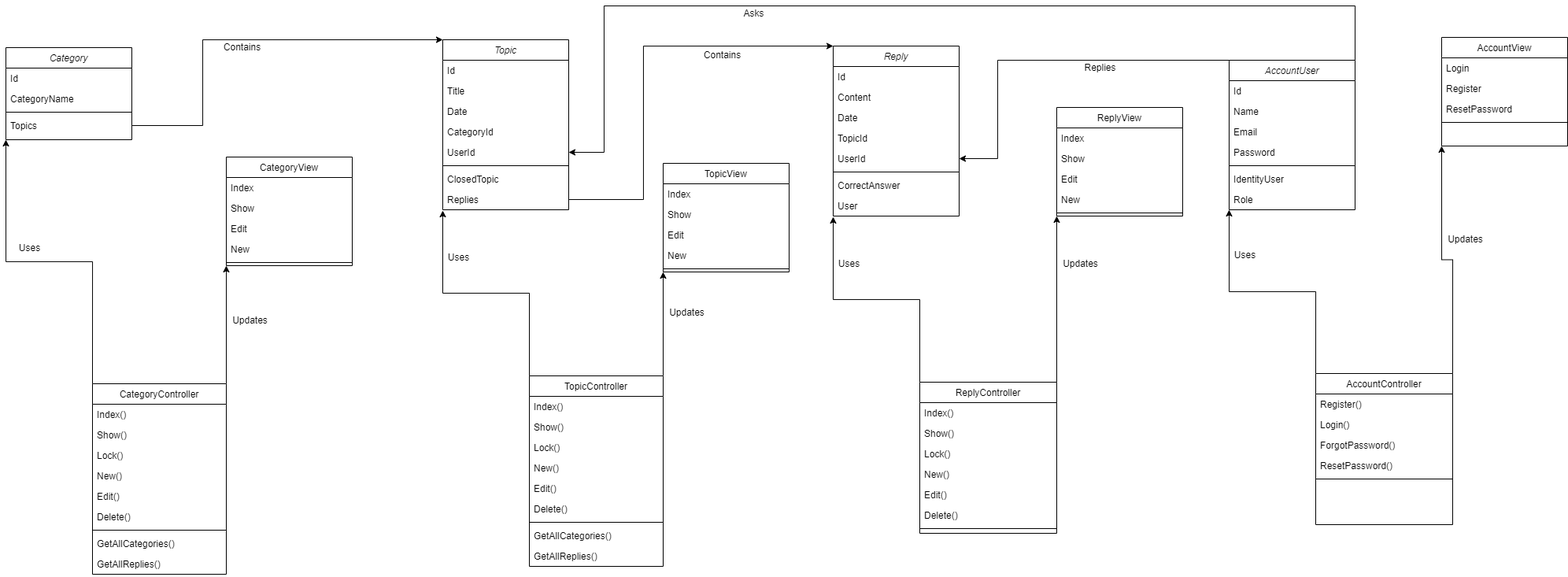
Above: Documentation/OverviewDiagram_AskAway.png in alexandrubrinzea/AskAway (draw.io), before the change. Source tidied: cells renumbered, new cells last; positions are measured from the earlier drawing's top-left corner, leaving out a move shared by most shapes.
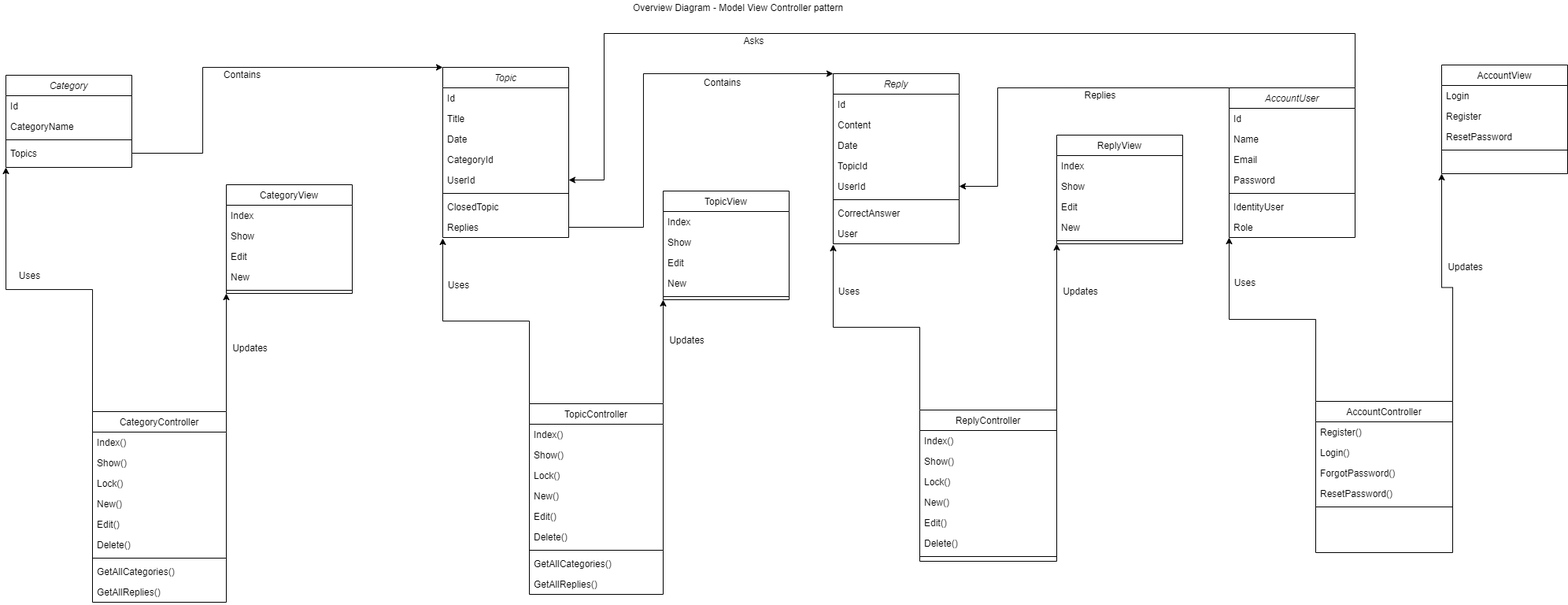
After the commit.

Commit message:
Added missing diagrams

What changed in the source:
```diff
@@ -363,5 +363,8 @@
     <mxCell id="113" value="Asks" style="text;html=1;align=center;verticalAlign=middle;" parent="1" vertex="1">
       <mxGeometry x="930" width="40" height="20" as="geometry" />
     </mxCell>
+    <mxCell id="114" value="Overview Diagram - Model View Controller pattern" style="text;html=1;align=center;verticalAlign=middle;" parent="1" vertex="1">
+      <mxGeometry x="790" y="-42" width="280" height="20" as="geometry" />
+    </mxCell>
   </root>
 </mxGraphModel>
```
